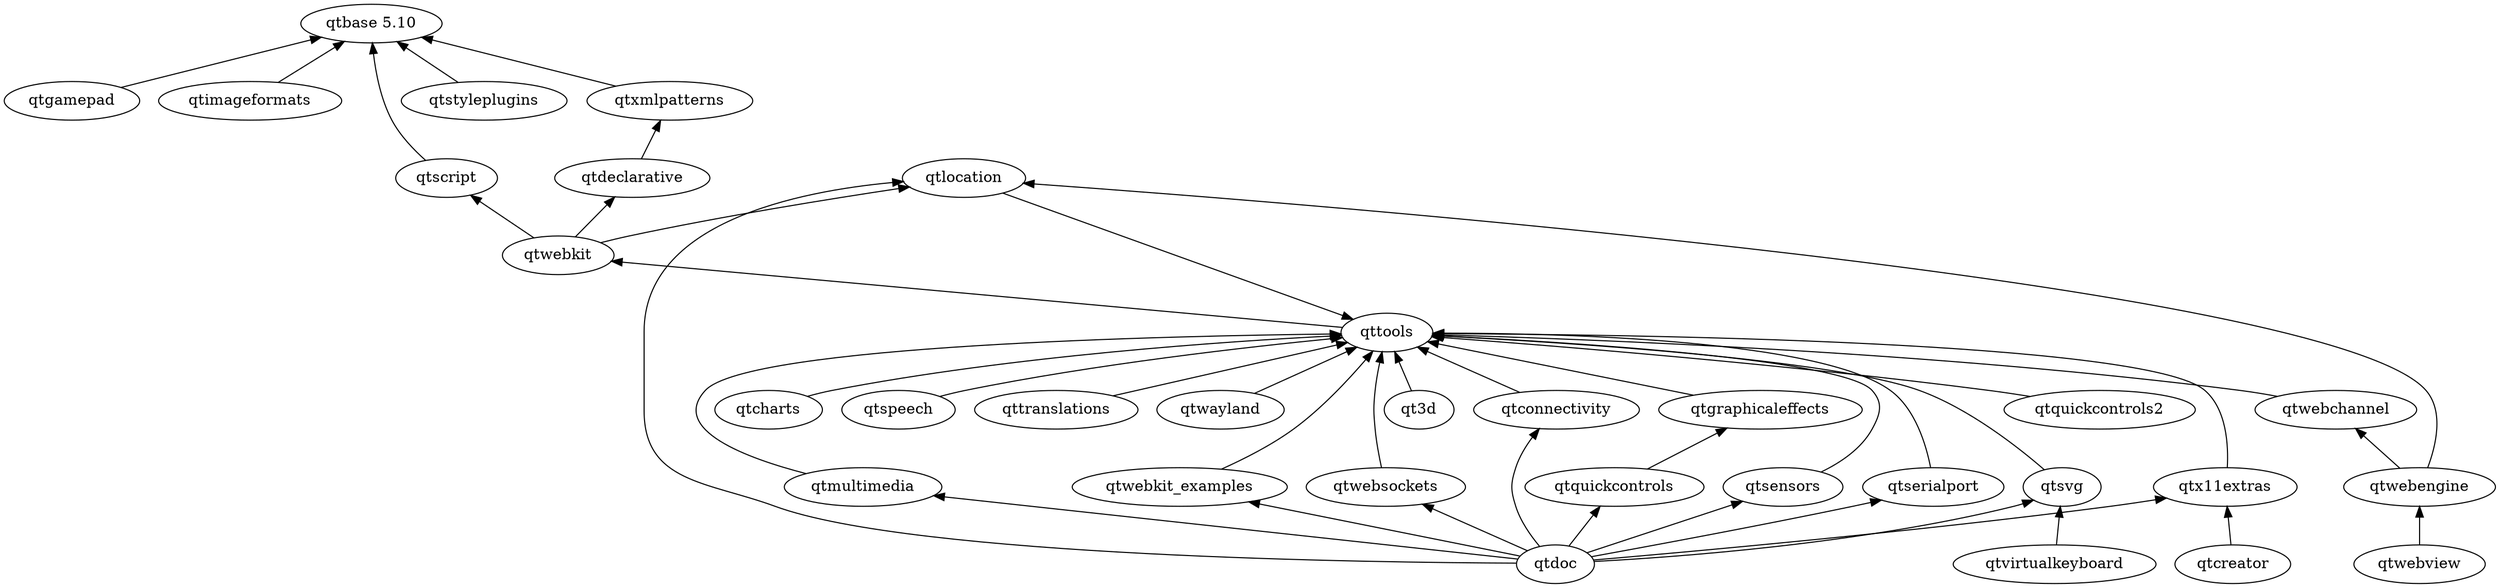
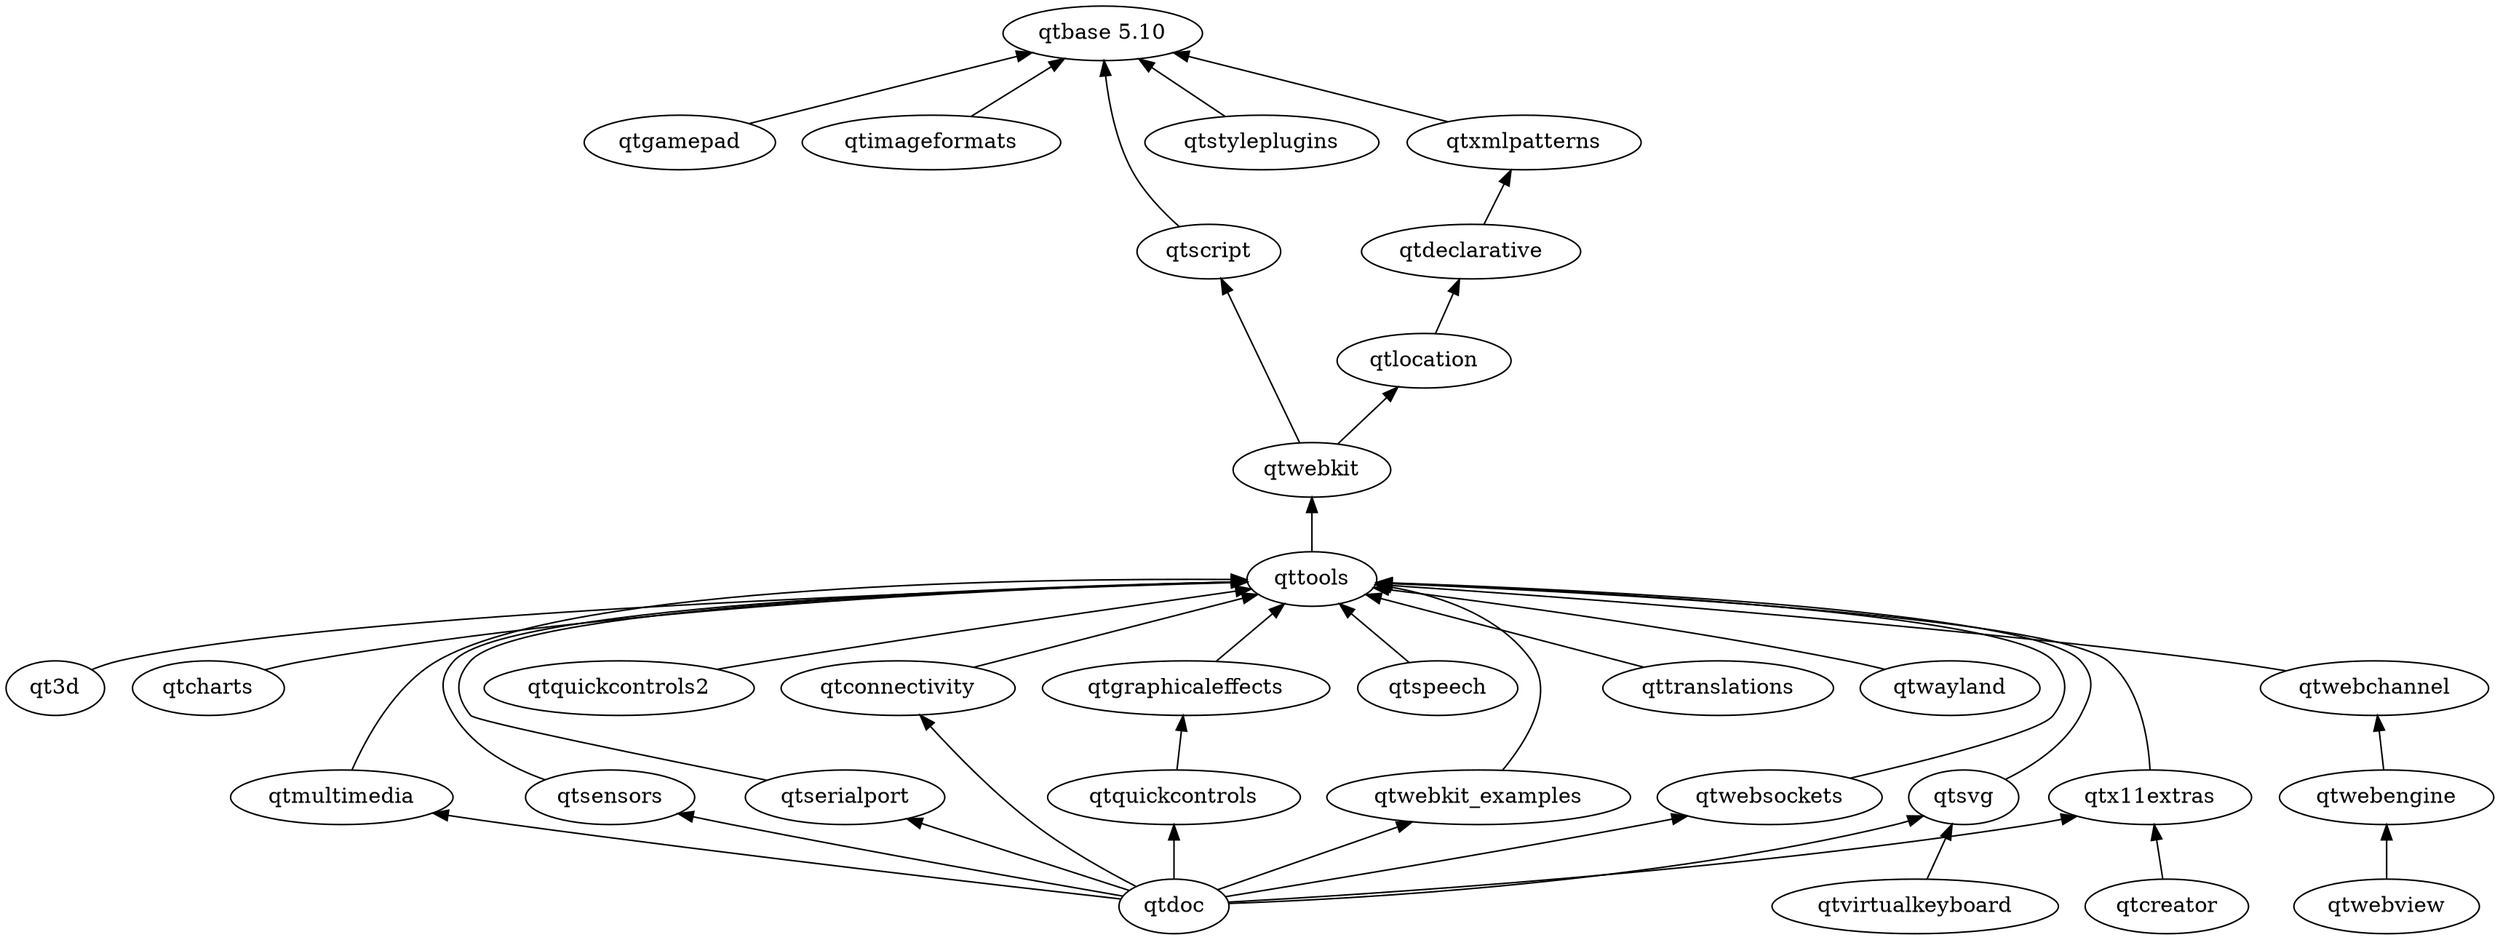
digraph qt5 {
  graph [
    rankdir = "BT"
  ]

  qt3d
  "qtbase 5.10"
  qtcharts
  qtconnectivity
  qtcreator
  qtdeclarative
  qtdoc
  qtgamepad
  qtgraphicaleffects
  qtimageformats
  qtlocation
  qtmultimedia
  qtquickcontrols
  qtquickcontrols2
  qtscript
  qtsensors
  qtserialport
  qtspeech
  qtstyleplugins
  qtsvg
  qttools
  qttranslations
  qtvirtualkeyboard
  qtwayland
  qtwebchannel
  qtwebengine
  qtwebkit
  qtwebkit_examples
  qtwebsockets
  qtx11extras
  qtxmlpatterns

  qt3d -> qttools
  qtcharts -> qttools
  qtconnectivity -> qttools
  qtcreator -> qtx11extras
  qtdeclarative -> qtxmlpatterns
  qtdoc -> qtconnectivity
-   qtdoc -> qtlocation
  qtdoc -> qtmultimedia
  qtdoc -> qtquickcontrols
  qtdoc -> qtsensors
  qtdoc -> qtserialport
  qtdoc -> qtsvg
  qtdoc -> qtwebkit_examples
  qtdoc -> qtwebsockets
  qtdoc -> qtx11extras
  qtgamepad -> "qtbase 5.10"
  qtgraphicaleffects -> qttools
  qtimageformats -> "qtbase 5.10"
-   qtlocation -> qttools
+   qtlocation -> qtdeclarative
  qtmultimedia -> qttools
  qtquickcontrols -> qtgraphicaleffects
  qtquickcontrols2 -> qttools
  qtscript -> "qtbase 5.10"
  qtsensors -> qttools
  qtserialport -> qttools
  qtspeech -> qttools
  qtstyleplugins -> "qtbase 5.10"
  qtsvg -> qttools
  qttools -> qtwebkit
  qttranslations -> qttools
  qtvirtualkeyboard -> qtsvg
  qtwayland -> qttools
  qtwebchannel -> qttools
-   qtwebengine -> qtlocation
  qtwebengine -> qtwebchannel
  qtwebview -> qtwebengine
-   qtwebkit -> qtdeclarative
  qtwebkit -> qtscript
  qtwebkit -> qtlocation
  qtwebkit_examples -> qttools
  qtwebsockets -> qttools
  qtx11extras -> qttools
  qtxmlpatterns -> "qtbase 5.10"
}
